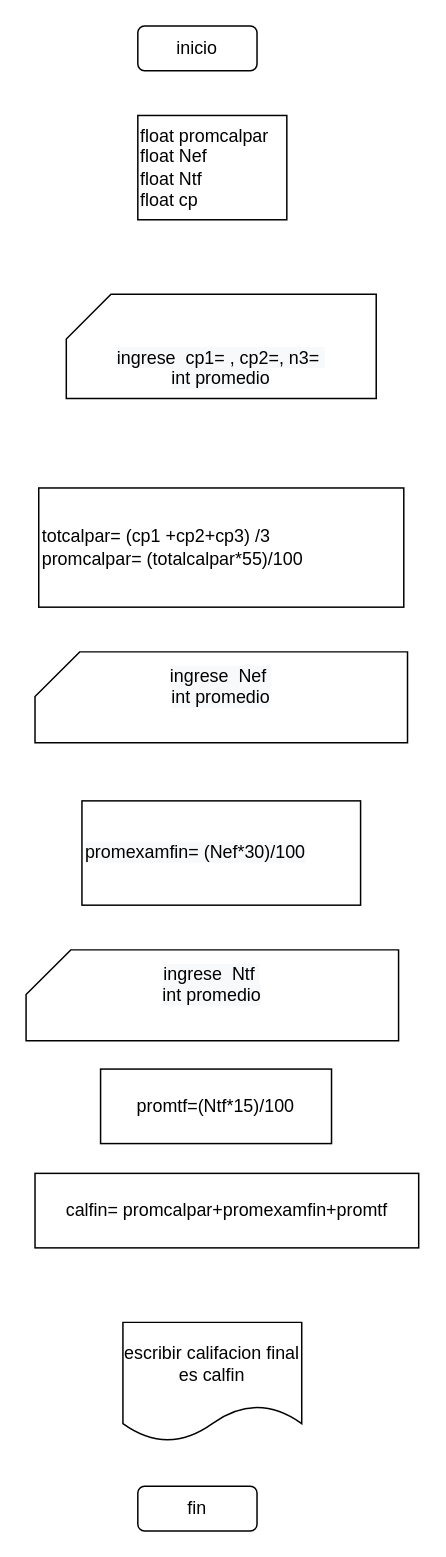
This is page "tarea 1" (11 of 13) of ejercicios.drawio from edgarcaballeroh/edgarcaballeroh, a draw.io file, before an edit. Source tidied: cells renumbered, new cells numbered last; positions are measured from the earlier drawing's top-left corner, leaving out a move shared by most shapes. Both pictures are drawn from the tidied source at 149%, with x=0, y=0 at pixel (25, 25).
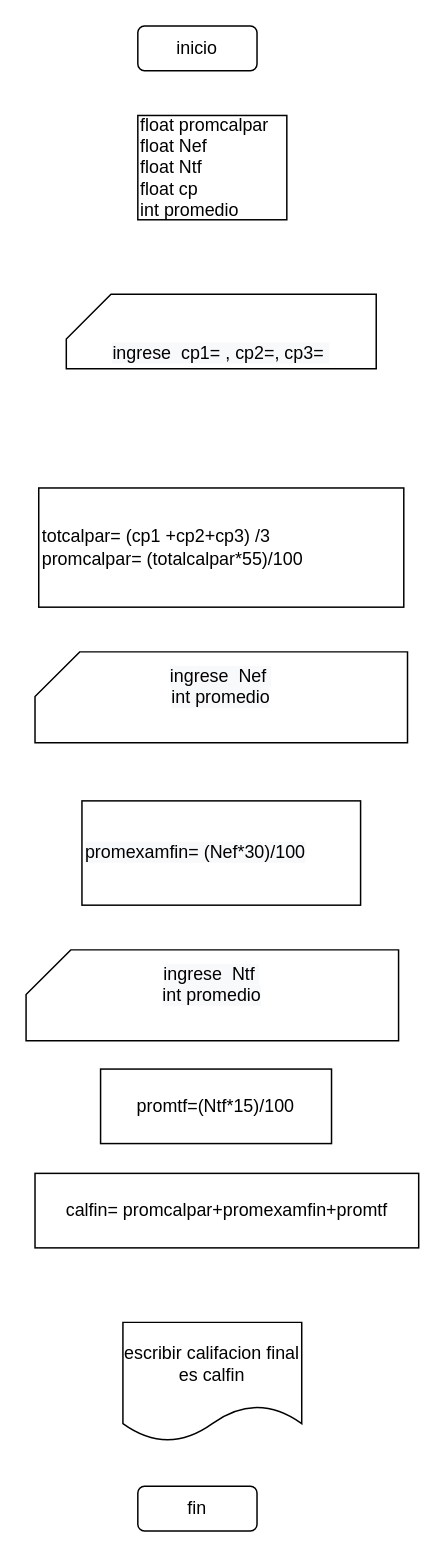
The same page after the edit.

What changed in the source:
```diff
@@
 <mxGraphModel>
   <root>
     <mxCell id="0" />
     <mxCell id="1" parent="0" />
     <mxCell id="2" value="inicio" style="rounded=1;whiteSpace=wrap;html=1;" parent="1" vertex="1">
       <mxGeometry x="75" width="80" height="30" as="geometry" />
     </mxCell>
     <mxCell id="3" value="fin" style="rounded=1;whiteSpace=wrap;html=1;" parent="1" vertex="1">
       <mxGeometry x="75" y="980" width="80" height="30" as="geometry" />
     </mxCell>
-    <mxCell id="4" value="float promcalpar&lt;br&gt;float Nef&lt;br&gt;float Ntf&lt;br&gt;float cp" style="rounded=0;whiteSpace=wrap;html=1;align=left;" parent="1" vertex="1">
+    <mxCell id="4" value="float promcalpar&lt;br&gt;float Nef&lt;br&gt;float Ntf&lt;br&gt;float cp&lt;br&gt;&lt;span style=&quot;font-family: &amp;#34;helvetica&amp;#34; ; text-align: center&quot;&gt;int promedio&lt;/span&gt;" style="rounded=0;whiteSpace=wrap;html=1;align=left;" parent="1" vertex="1">
       <mxGeometry x="75" y="60" width="100" height="70" as="geometry" />
     </mxCell>
-    <mxCell id="5" value="&lt;br&gt;&lt;br&gt;&lt;span style=&quot;color: rgb(0 , 0 , 0) ; font-family: &amp;#34;helvetica&amp;#34; ; font-size: 12px ; font-style: normal ; font-weight: 400 ; letter-spacing: normal ; text-align: center ; text-indent: 0px ; text-transform: none ; word-spacing: 0px ; background-color: rgb(248 , 249 , 250) ; display: inline ; float: none&quot;&gt;ingrese&amp;nbsp; cp1= , cp2=, n3=&amp;nbsp;&lt;/span&gt;&lt;br style=&quot;color: rgb(0 , 0 , 0) ; font-family: &amp;#34;helvetica&amp;#34; ; font-size: 12px ; font-style: normal ; font-weight: 400 ; letter-spacing: normal ; text-align: center ; text-indent: 0px ; text-transform: none ; word-spacing: 0px ; background-color: rgb(248 , 249 , 250)&quot;&gt;&lt;span style=&quot;color: rgb(0 , 0 , 0) ; font-family: &amp;#34;helvetica&amp;#34; ; font-size: 12px ; font-style: normal ; font-weight: 400 ; letter-spacing: normal ; text-align: center ; text-indent: 0px ; text-transform: none ; word-spacing: 0px ; background-color: rgb(248 , 249 , 250) ; display: inline ; float: none&quot;&gt;int promedio&lt;/span&gt;" style="shape=card;whiteSpace=wrap;html=1;" parent="1" vertex="1">
-      <mxGeometry x="27" y="180" width="208" height="70" as="geometry" />
+    <mxCell id="5" value="&lt;br&gt;&lt;br&gt;&lt;span style=&quot;color: rgb(0 , 0 , 0) ; font-family: &amp;#34;helvetica&amp;#34; ; font-size: 12px ; font-style: normal ; font-weight: 400 ; letter-spacing: normal ; text-align: center ; text-indent: 0px ; text-transform: none ; word-spacing: 0px ; background-color: rgb(248 , 249 , 250) ; display: inline ; float: none&quot;&gt;ingrese&amp;nbsp; cp1= , cp2=, cp3=&amp;nbsp;&lt;/span&gt;&lt;br style=&quot;color: rgb(0 , 0 , 0) ; font-family: &amp;#34;helvetica&amp;#34; ; font-size: 12px ; font-style: normal ; font-weight: 400 ; letter-spacing: normal ; text-align: center ; text-indent: 0px ; text-transform: none ; word-spacing: 0px ; background-color: rgb(248 , 249 , 250)&quot;&gt;" style="shape=card;whiteSpace=wrap;html=1;" parent="1" vertex="1">
+      <mxGeometry x="27" y="180" width="208" height="50" as="geometry" />
     </mxCell>
     <mxCell id="6" value="promtf=(Ntf*15)/100" style="rounded=0;whiteSpace=wrap;html=1;" parent="1" vertex="1">
       <mxGeometry x="50" y="700" width="155" height="50" as="geometry" />
     </mxCell>
     <mxCell id="7" value="totcalpar= (cp1 +cp2+cp3) /3&lt;br&gt;promcalpar= (totalcalpar*55)/100" style="rounded=0;whiteSpace=wrap;html=1;align=left;" parent="1" vertex="1">
       <mxGeometry x="8.5" y="310" width="245" height="80" as="geometry" />
     </mxCell>
     <mxCell id="8" value="&lt;br&gt;&lt;br&gt;&lt;span style=&quot;color: rgb(0 , 0 , 0) ; font-family: &amp;#34;helvetica&amp;#34; ; font-size: 12px ; font-style: normal ; font-weight: 400 ; letter-spacing: normal ; text-align: center ; text-indent: 0px ; text-transform: none ; word-spacing: 0px ; background-color: rgb(248 , 249 , 250) ; display: inline ; float: none&quot;&gt;ingrese&amp;nbsp; Nef&amp;nbsp;&lt;/span&gt;&lt;br style=&quot;color: rgb(0 , 0 , 0) ; font-family: &amp;#34;helvetica&amp;#34; ; font-size: 12px ; font-style: normal ; font-weight: 400 ; letter-spacing: normal ; text-align: center ; text-indent: 0px ; text-transform: none ; word-spacing: 0px ; background-color: rgb(248 , 249 , 250)&quot;&gt;&lt;span style=&quot;color: rgb(0 , 0 , 0) ; font-family: &amp;#34;helvetica&amp;#34; ; font-size: 12px ; font-style: normal ; font-weight: 400 ; letter-spacing: normal ; text-align: center ; text-indent: 0px ; text-transform: none ; word-spacing: 0px ; background-color: rgb(248 , 249 , 250) ; display: inline ; float: none&quot;&gt;int promedio&lt;br&gt;&lt;br&gt;&lt;br&gt;&lt;br&gt;&lt;/span&gt;" style="shape=card;whiteSpace=wrap;html=1;" parent="1" vertex="1">
       <mxGeometry x="6" y="420" width="250" height="61" as="geometry" />
     </mxCell>
     <mxCell id="9" value="&#10;&#10;&lt;span style=&quot;color: rgb(0, 0, 0); font-family: helvetica; font-size: 12px; font-style: normal; font-weight: 400; letter-spacing: normal; text-align: center; text-indent: 0px; text-transform: none; word-spacing: 0px; background-color: rgb(248, 249, 250); display: inline; float: none;&quot;&gt;promexamfin= (Nef*30)/100&lt;/span&gt;&#10;&#10;" style="rounded=0;whiteSpace=wrap;html=1;align=left;" parent="1" vertex="1">
       <mxGeometry x="37.5" y="520" width="187" height="70" as="geometry" />
     </mxCell>
     <mxCell id="10" value="&lt;br&gt;&lt;br&gt;&lt;span style=&quot;color: rgb(0 , 0 , 0) ; font-family: &amp;#34;helvetica&amp;#34; ; font-size: 12px ; font-style: normal ; font-weight: 400 ; letter-spacing: normal ; text-align: center ; text-indent: 0px ; text-transform: none ; word-spacing: 0px ; background-color: rgb(248 , 249 , 250) ; display: inline ; float: none&quot;&gt;ingrese&amp;nbsp; Ntf&amp;nbsp;&lt;/span&gt;&lt;br style=&quot;color: rgb(0 , 0 , 0) ; font-family: &amp;#34;helvetica&amp;#34; ; font-size: 12px ; font-style: normal ; font-weight: 400 ; letter-spacing: normal ; text-align: center ; text-indent: 0px ; text-transform: none ; word-spacing: 0px ; background-color: rgb(248 , 249 , 250)&quot;&gt;&lt;span style=&quot;color: rgb(0 , 0 , 0) ; font-family: &amp;#34;helvetica&amp;#34; ; font-size: 12px ; font-style: normal ; font-weight: 400 ; letter-spacing: normal ; text-align: center ; text-indent: 0px ; text-transform: none ; word-spacing: 0px ; background-color: rgb(248 , 249 , 250) ; display: inline ; float: none&quot;&gt;int promedio&lt;br&gt;&lt;br&gt;&lt;br&gt;&lt;br&gt;&lt;/span&gt;" style="shape=card;whiteSpace=wrap;html=1;" parent="1" vertex="1">
       <mxGeometry y="620" width="250" height="61" as="geometry" />
     </mxCell>
     <mxCell id="11" value="calfin= promcalpar+promexamfin+promtf" style="rounded=0;whiteSpace=wrap;html=1;" parent="1" vertex="1">
       <mxGeometry x="6" y="770" width="257.5" height="50" as="geometry" />
     </mxCell>
     <mxCell id="12" value="escribir califacion final es calfin" style="shape=document;whiteSpace=wrap;html=1;boundedLbl=1;" parent="1" vertex="1">
       <mxGeometry x="65" y="870" width="120" height="80" as="geometry" />
     </mxCell>
   </root>
 </mxGraphModel>
```
